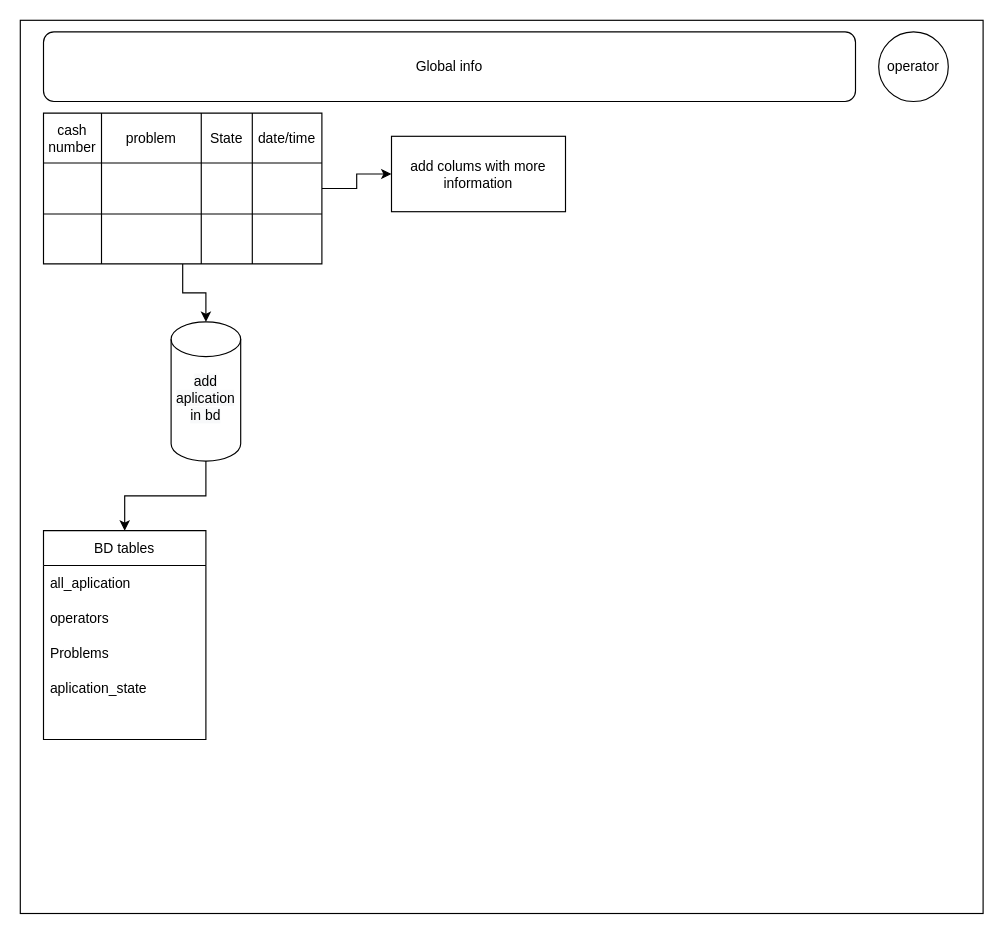
This is site template.drawio from Minimalon/CRM, a draw.io file, before an edit. Source tidied: cells renumbered, new cells numbered last; positions are measured from the earlier drawing's top-left corner, leaving out a move shared by most shapes. Both pictures are drawn from the tidied source at 116%, with x=0, y=0 at pixel (20, 20).
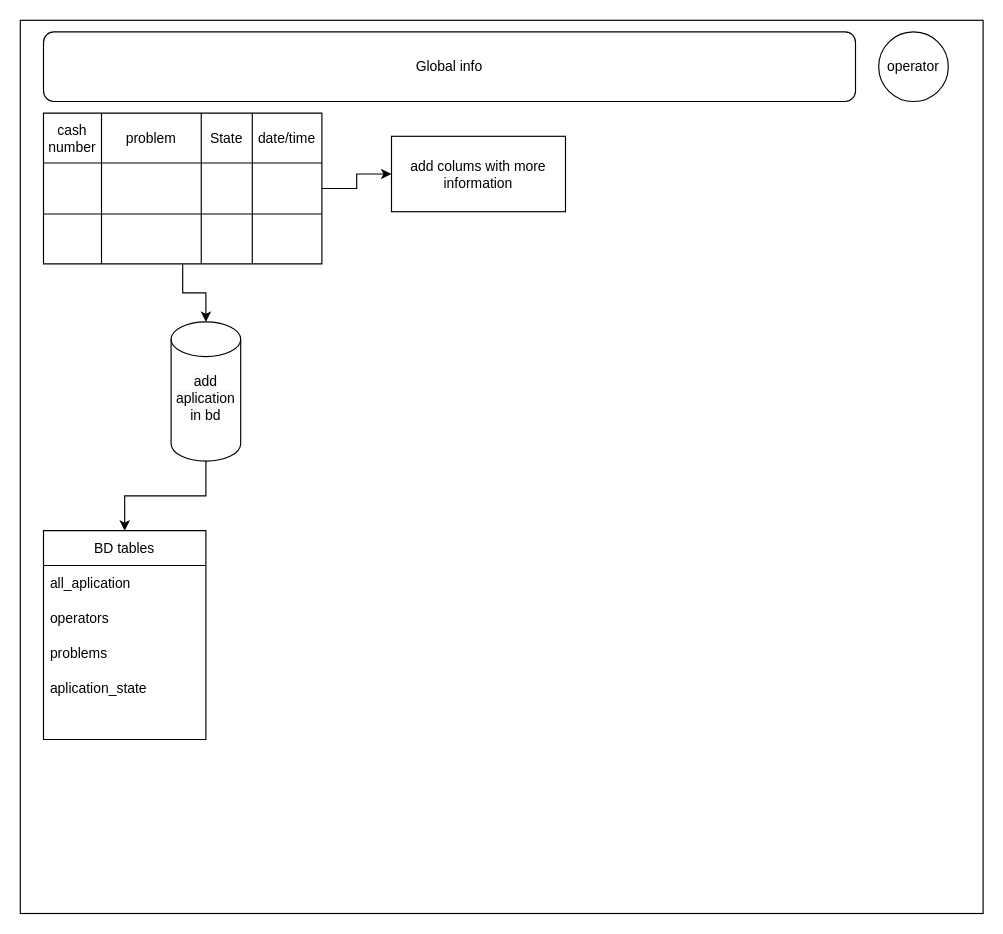
The same diagram, later.

The change refers to these unchanged cells:
```xml
<mxCell id="26" value="BD tables" style="swimlane;fontStyle=0;horizontal=1;startSize=30;" parent="1" vertex="1">
  <mxGeometry x="20" y="440" width="140" height="180" as="geometry" />
</mxCell>
```

What changed in the source:
```diff
@@
-    <mxCell id="29" value="Problems" style="text;strokeColor=none;fillColor=none;align=left;verticalAlign=middle;spacingLeft=4;spacingRight=4;overflow=hidden;" parent="26" vertex="1">
+    <mxCell id="29" value="problems" style="text;strokeColor=none;fillColor=none;align=left;verticalAlign=middle;spacingLeft=4;spacingRight=4;overflow=hidden;" parent="26" vertex="1">
       <mxGeometry y="90" width="140" height="30" as="geometry" />
     </mxCell>
```
